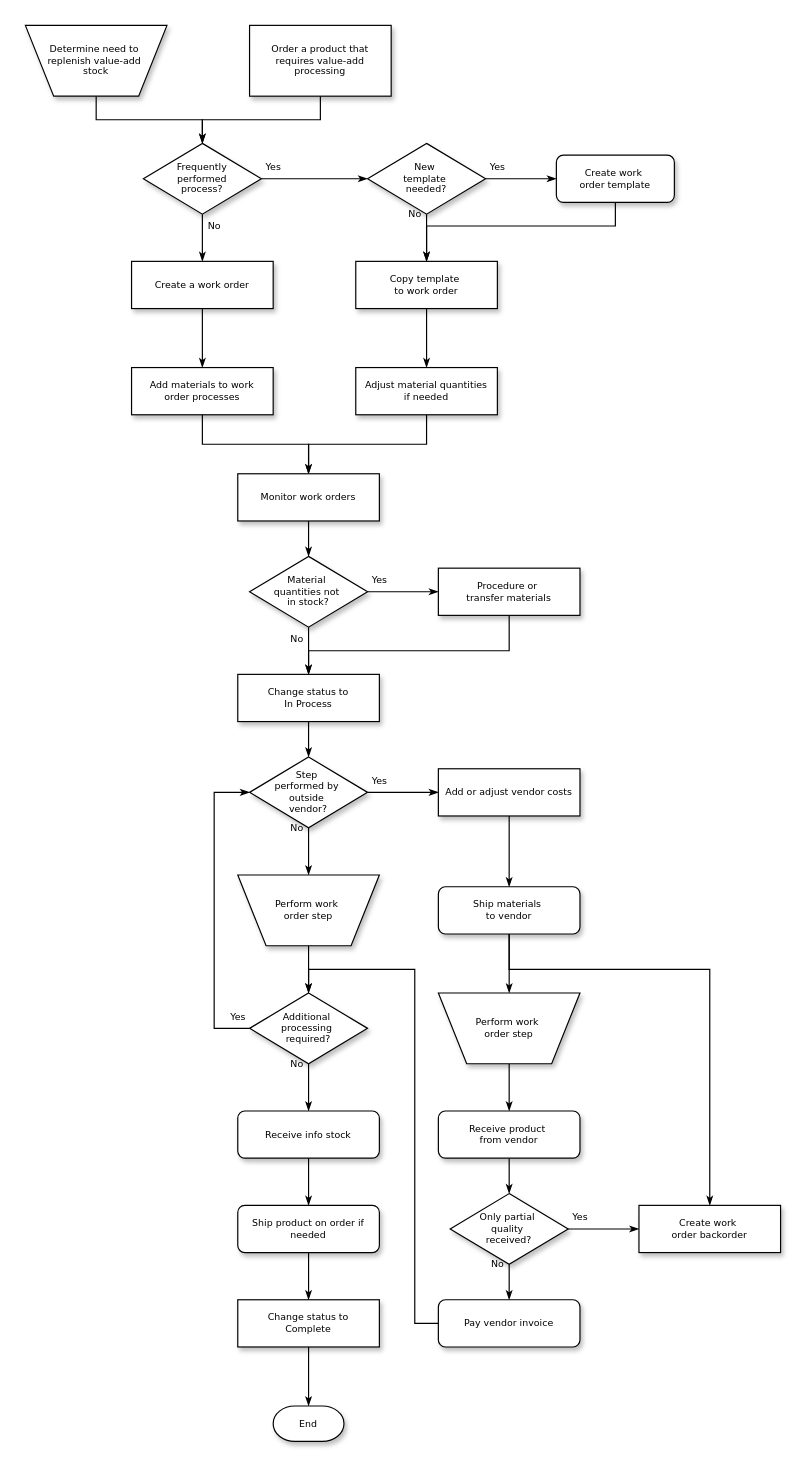
Earlier version of the draw.io diagram 제목 없는 다이어그램.drawio (wony0321/ToDoList). Source tidied: cells renumbered, new cells numbered last; positions are measured from the earlier drawing's top-left corner, leaving out a move shared by most shapes. Both pictures are drawn from the tidied source at 118%, with x=0, y=0 at pixel (25, 25).
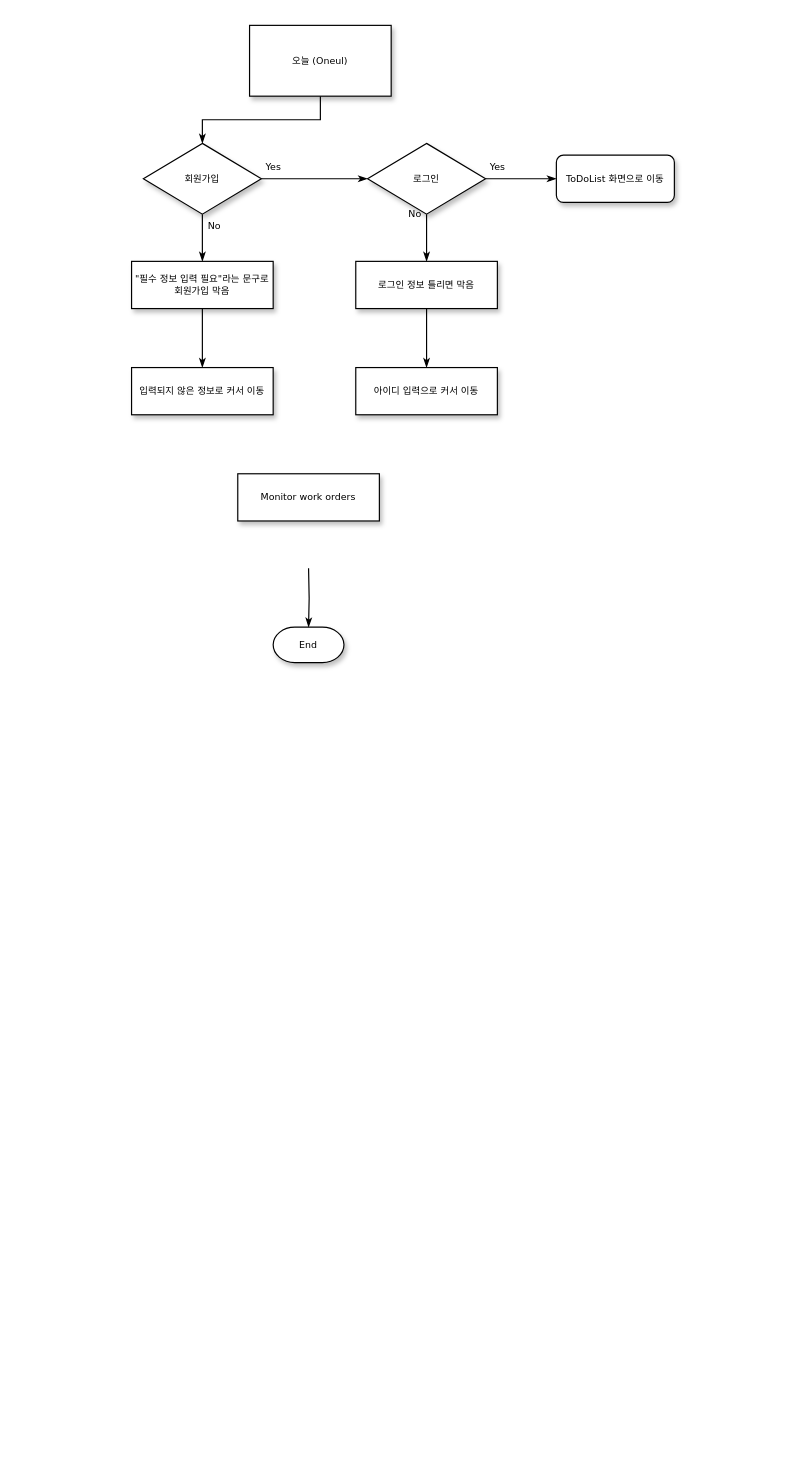
The same diagram, later.

Commit message:
제목 없는 다이어그램.drawio 업데이트

The change refers to these unchanged cells:
```xml
<mxCell id="23" value="Monitor work orders" style="whiteSpace=wrap;html=1;rounded=0;shadow=1;labelBackgroundColor=none;strokeWidth=1;fontFamily=Verdana;fontSize=8;align=center;" parent="1" vertex="1">
  <mxGeometry x="180" y="380" width="120" height="40" as="geometry" />
</mxCell>
```

The edit, as a diff of the source:
```diff
@@
-    <mxCell id="2" style="edgeStyle=orthogonalEdgeStyle;rounded=0;html=1;labelBackgroundColor=none;startSize=5;endArrow=classicThin;endFill=1;endSize=5;jettySize=auto;strokeWidth=1;fontFamily=Verdana;fontSize=8;" parent="1" edge="1" source="3" target="8">
-      <mxGeometry relative="1" as="geometry" />
-    </mxCell>
-    <mxCell id="3" value="Determine need to&amp;nbsp;&lt;div&gt;replenish value-add&amp;nbsp;&lt;/div&gt;&lt;div&gt;stock&lt;/div&gt;" style="shape=trapezoid;whiteSpace=wrap;html=1;rounded=0;shadow=1;labelBackgroundColor=none;strokeWidth=1;fontFamily=Verdana;fontSize=8;align=center;flipV=1;" parent="1" vertex="1">
-      <mxGeometry width="120" height="60" as="geometry" />
-    </mxCell>
@@
-    <mxCell id="5" value="Order a product that&lt;div&gt;requires value-add processing&lt;/div&gt;" style="rounded=0;whiteSpace=wrap;html=1;shadow=1;labelBackgroundColor=none;strokeWidth=1;fontFamily=Verdana;fontSize=8;align=center;" parent="1" vertex="1">
+    <mxCell id="5" value="오늘 (Oneul)" style="rounded=0;whiteSpace=wrap;html=1;shadow=1;labelBackgroundColor=none;strokeWidth=1;fontFamily=Verdana;fontSize=8;align=center;" parent="1" vertex="1">
       <mxGeometry x="190" width="120" height="60" as="geometry" />
     </mxCell>
@@
-    <mxCell id="8" value="Frequently&lt;div&gt;performed&lt;/div&gt;&lt;div&gt;process?&lt;/div&gt;" style="rhombus;whiteSpace=wrap;html=1;rounded=0;shadow=1;labelBackgroundColor=none;strokeWidth=1;fontFamily=Verdana;fontSize=8;align=center;" parent="1" vertex="1">
+    <mxCell id="8" value="회원가입" style="rhombus;whiteSpace=wrap;html=1;rounded=0;shadow=1;labelBackgroundColor=none;strokeWidth=1;fontFamily=Verdana;fontSize=8;align=center;" parent="1" vertex="1">
       <mxGeometry x="100" y="100" width="100" height="60" as="geometry" />
     </mxCell>
@@
-    <mxCell id="11" value="New&amp;nbsp;&lt;div&gt;template&amp;nbsp;&lt;/div&gt;&lt;div&gt;needed?&lt;/div&gt;" style="rhombus;whiteSpace=wrap;html=1;rounded=0;shadow=1;labelBackgroundColor=none;strokeWidth=1;fontFamily=Verdana;fontSize=8;align=center;" parent="1" vertex="1">
+    <mxCell id="11" value="로그인" style="rhombus;whiteSpace=wrap;html=1;rounded=0;shadow=1;labelBackgroundColor=none;strokeWidth=1;fontFamily=Verdana;fontSize=8;align=center;" parent="1" vertex="1">
       <mxGeometry x="290" y="100" width="100" height="60" as="geometry" />
     </mxCell>
-    <mxCell id="12" style="edgeStyle=orthogonalEdgeStyle;rounded=0;html=1;labelBackgroundColor=none;startSize=5;endArrow=classicThin;endFill=1;endSize=5;jettySize=auto;strokeWidth=1;fontFamily=Verdana;fontSize=8;" parent="1" edge="1" source="13" target="17">
-      <mxGeometry relative="1" as="geometry">
-        <Array as="points">
-          <mxPoint x="500" y="170" />
-          <mxPoint x="340" y="170" />
-        </Array>
-      </mxGeometry>
-    </mxCell>
-    <mxCell id="13" value="Create work&amp;nbsp;&lt;div&gt;order template&lt;/div&gt;" style="rounded=1;whiteSpace=wrap;html=1;shadow=1;labelBackgroundColor=none;strokeWidth=1;fontFamily=Verdana;fontSize=8;align=center;" parent="1" vertex="1">
+    <mxCell id="13" value="ToDoList 화면으로 이동" style="rounded=1;whiteSpace=wrap;html=1;shadow=1;labelBackgroundColor=none;strokeWidth=1;fontFamily=Verdana;fontSize=8;align=center;" parent="1" vertex="1">
       <mxGeometry x="450" y="110" width="100" height="40" as="geometry" />
     </mxCell>
@@
-    <mxCell id="15" value="Create a work order" style="whiteSpace=wrap;html=1;rounded=0;shadow=1;labelBackgroundColor=none;strokeWidth=1;fontFamily=Verdana;fontSize=8;align=center;" parent="1" vertex="1">
+    <mxCell id="15" value="&quot;필수 정보 입력 필요&quot;라는 문구로 회원가입 막음" style="whiteSpace=wrap;html=1;rounded=0;shadow=1;labelBackgroundColor=none;strokeWidth=1;fontFamily=Verdana;fontSize=8;align=center;" parent="1" vertex="1">
       <mxGeometry x="90" y="200" width="120" height="40" as="geometry" />
     </mxCell>
@@
-    <mxCell id="17" value="Copy template&amp;nbsp;&lt;div&gt;to work order&lt;/div&gt;" style="whiteSpace=wrap;html=1;rounded=0;shadow=1;labelBackgroundColor=none;strokeWidth=1;fontFamily=Verdana;fontSize=8;align=center;" parent="1" vertex="1">
+    <mxCell id="17" value="로그인 정보 틀리면 막음" style="whiteSpace=wrap;html=1;rounded=0;shadow=1;labelBackgroundColor=none;strokeWidth=1;fontFamily=Verdana;fontSize=8;align=center;" parent="1" vertex="1">
       <mxGeometry x="280" y="200" width="120" height="40" as="geometry" />
     </mxCell>
-    <mxCell id="18" style="edgeStyle=orthogonalEdgeStyle;rounded=0;html=1;labelBackgroundColor=none;startSize=5;endArrow=classicThin;endFill=1;endSize=5;jettySize=auto;strokeWidth=1;fontFamily=Verdana;fontSize=8;" parent="1" edge="1" source="19" target="23">
-      <mxGeometry relative="1" as="geometry" />
-    </mxCell>
-    <mxCell id="19" value="Add materials to work order processes" style="whiteSpace=wrap;html=1;rounded=0;shadow=1;labelBackgroundColor=none;strokeWidth=1;fontFamily=Verdana;fontSize=8;align=center;spacing=6;" parent="1" vertex="1">
+    <mxCell id="19" value="입력되지 않은 정보로 커서 이동" style="whiteSpace=wrap;html=1;rounded=0;shadow=1;labelBackgroundColor=none;strokeWidth=1;fontFamily=Verdana;fontSize=8;align=center;spacing=6;" parent="1" vertex="1">
       <mxGeometry x="90" y="290" width="120" height="40" as="geometry" />
     </mxCell>
-    <mxCell id="20" style="edgeStyle=orthogonalEdgeStyle;rounded=0;html=1;labelBackgroundColor=none;startSize=5;endArrow=classicThin;endFill=1;endSize=5;jettySize=auto;strokeWidth=1;fontFamily=Verdana;fontSize=8;" parent="1" edge="1" source="21" target="23">
-      <mxGeometry relative="1" as="geometry" />
-    </mxCell>
-    <mxCell id="21" value="Adjust material quantities if needed" style="whiteSpace=wrap;html=1;rounded=0;shadow=1;labelBackgroundColor=none;strokeWidth=1;fontFamily=Verdana;fontSize=8;align=center;spacing=6;" parent="1" vertex="1">
+    <mxCell id="21" value="아이디 입력으로 커서 이동" style="whiteSpace=wrap;html=1;rounded=0;shadow=1;labelBackgroundColor=none;strokeWidth=1;fontFamily=Verdana;fontSize=8;align=center;spacing=6;" parent="1" vertex="1">
       <mxGeometry x="280" y="290" width="120" height="40" as="geometry" />
     </mxCell>
-    <mxCell id="22" style="edgeStyle=orthogonalEdgeStyle;rounded=0;html=1;labelBackgroundColor=none;startSize=5;endArrow=classicThin;endFill=1;endSize=5;jettySize=auto;strokeWidth=1;fontFamily=Verdana;fontSize=8;" parent="1" edge="1" source="23" target="26">
-      <mxGeometry relative="1" as="geometry" />
-    </mxCell>
@@
-    <mxCell id="24" value="Yes" style="edgeStyle=orthogonalEdgeStyle;rounded=0;html=1;labelBackgroundColor=none;startSize=5;endArrow=classicThin;endFill=1;endSize=5;jettySize=auto;strokeWidth=1;fontFamily=Verdana;fontSize=8;" parent="1" edge="1" source="26" target="28">
-      <mxGeometry x="-0.67" y="10" relative="1" as="geometry" />
-    </mxCell>
-    <mxCell id="25" value="No" style="edgeStyle=orthogonalEdgeStyle;rounded=0;html=1;labelBackgroundColor=none;startSize=5;endArrow=classicThin;endFill=1;endSize=5;jettySize=auto;strokeWidth=1;fontFamily=Verdana;fontSize=8;" parent="1" edge="1" source="26" target="30">
-      <mxGeometry x="-0.5" y="-10" relative="1" as="geometry" />
-    </mxCell>
-    <mxCell id="26" value="Material&amp;nbsp;&lt;div&gt;quantities not&amp;nbsp;&lt;/div&gt;&lt;div&gt;in stock?&lt;/div&gt;" style="rhombus;whiteSpace=wrap;html=1;rounded=0;shadow=1;labelBackgroundColor=none;strokeWidth=1;fontFamily=Verdana;fontSize=8;align=center;" parent="1" vertex="1">
-      <mxGeometry x="190" y="450" width="100" height="60" as="geometry" />
-    </mxCell>
-    <mxCell id="27" style="edgeStyle=orthogonalEdgeStyle;rounded=0;html=1;labelBackgroundColor=none;startSize=5;endArrow=classicThin;endFill=1;endSize=5;jettySize=auto;strokeWidth=1;fontFamily=Verdana;fontSize=8;" parent="1" edge="1" source="28" target="30">
-      <mxGeometry relative="1" as="geometry">
-        <Array as="points">
-          <mxPoint x="410" y="530" />
-          <mxPoint x="240" y="530" />
-        </Array>
-      </mxGeometry>
-    </mxCell>
-    <mxCell id="28" value="Procedure or&amp;nbsp;&lt;div&gt;transfer materials&lt;/div&gt;" style="whiteSpace=wrap;html=1;rounded=0;shadow=1;labelBackgroundColor=none;strokeWidth=1;fontFamily=Verdana;fontSize=8;align=center;" parent="1" vertex="1">
-      <mxGeometry x="350" y="460" width="120" height="40" as="geometry" />
-    </mxCell>
-    <mxCell id="29" style="edgeStyle=orthogonalEdgeStyle;rounded=0;html=1;labelBackgroundColor=none;startSize=5;endArrow=classicThin;endFill=1;endSize=5;jettySize=auto;strokeWidth=1;fontFamily=Verdana;fontSize=8;" parent="1" edge="1" source="30" target="33">
-      <mxGeometry relative="1" as="geometry" />
-    </mxCell>
-    <mxCell id="30" value="Change status to&lt;div&gt;In Process&lt;/div&gt;" style="whiteSpace=wrap;html=1;rounded=0;shadow=1;labelBackgroundColor=none;strokeWidth=1;fontFamily=Verdana;fontSize=8;align=center;" parent="1" vertex="1">
-      <mxGeometry x="180" y="550" width="120" height="40" as="geometry" />
-    </mxCell>
-    <mxCell id="31" value="Yes" style="edgeStyle=orthogonalEdgeStyle;rounded=0;html=1;labelBackgroundColor=none;startSize=5;endArrow=classicThin;endFill=1;endSize=5;jettySize=auto;strokeWidth=1;fontFamily=Verdana;fontSize=8;" parent="1" edge="1" source="33" target="35">
-      <mxGeometry x="-0.67" y="10" relative="1" as="geometry" />
-    </mxCell>
-    <mxCell id="32" value="No" style="edgeStyle=orthogonalEdgeStyle;rounded=0;html=1;labelBackgroundColor=none;startSize=5;endArrow=classicThin;endFill=1;endSize=5;jettySize=auto;strokeWidth=1;fontFamily=Verdana;fontSize=8;" parent="1" edge="1" source="33" target="37">
-      <mxGeometry x="-1" y="-10" relative="1" as="geometry" />
-    </mxCell>
-    <mxCell id="33" value="Step&amp;nbsp;&lt;div&gt;performed by&amp;nbsp;&lt;/div&gt;&lt;div&gt;outside&amp;nbsp;&lt;/div&gt;&lt;div&gt;vendor?&lt;/div&gt;" style="rhombus;whiteSpace=wrap;html=1;rounded=0;shadow=1;labelBackgroundColor=none;strokeWidth=1;fontFamily=Verdana;fontSize=8;align=center;" parent="1" vertex="1">
-      <mxGeometry x="190" y="620" width="100" height="60" as="geometry" />
-    </mxCell>
-    <mxCell id="34" style="edgeStyle=orthogonalEdgeStyle;rounded=0;html=1;labelBackgroundColor=none;startSize=5;endArrow=classicThin;endFill=1;endSize=5;jettySize=auto;strokeWidth=1;fontFamily=Verdana;fontSize=8;" parent="1" edge="1" source="35" target="40">
-      <mxGeometry relative="1" as="geometry" />
-    </mxCell>
-    <mxCell id="35" value="Add or adjust vendor costs" style="whiteSpace=wrap;html=1;rounded=0;shadow=1;labelBackgroundColor=none;strokeWidth=1;fontFamily=Verdana;fontSize=8;align=center;" parent="1" vertex="1">
-      <mxGeometry x="350" y="630" width="120" height="40" as="geometry" />
-    </mxCell>
-    <mxCell id="36" style="edgeStyle=orthogonalEdgeStyle;rounded=0;html=1;labelBackgroundColor=none;startSize=5;endArrow=classicThin;endFill=1;endSize=5;jettySize=auto;strokeWidth=1;fontFamily=Verdana;fontSize=8;" parent="1" edge="1" source="37" target="43">
-      <mxGeometry relative="1" as="geometry" />
-    </mxCell>
-    <mxCell id="37" value="Perform work&amp;nbsp;&lt;div&gt;order step&lt;/div&gt;" style="shape=trapezoid;whiteSpace=wrap;html=1;rounded=0;shadow=1;labelBackgroundColor=none;strokeWidth=1;fontFamily=Verdana;fontSize=8;align=center;flipV=1;" parent="1" vertex="1">
-      <mxGeometry x="180" y="720" width="120" height="60" as="geometry" />
-    </mxCell>
-    <mxCell id="38" style="edgeStyle=orthogonalEdgeStyle;rounded=0;html=1;labelBackgroundColor=none;startSize=5;endArrow=classicThin;endFill=1;endSize=5;jettySize=auto;strokeWidth=1;fontFamily=Verdana;fontSize=8;" parent="1" edge="1" source="40" target="45">
-      <mxGeometry relative="1" as="geometry" />
-    </mxCell>
-    <mxCell id="39" style="edgeStyle=orthogonalEdgeStyle;rounded=0;html=1;labelBackgroundColor=none;startSize=5;endArrow=classicThin;endFill=1;endSize=5;jettySize=auto;strokeWidth=1;fontFamily=Verdana;fontSize=8;" parent="1" edge="1" source="40" target="55">
-      <mxGeometry relative="1" as="geometry">
-        <Array as="points">
-          <mxPoint x="410" y="800" />
-          <mxPoint x="580" y="800" />
-        </Array>
-      </mxGeometry>
-    </mxCell>
-    <mxCell id="40" value="Ship materials&amp;nbsp;&lt;div&gt;to vendor&lt;/div&gt;" style="rounded=1;whiteSpace=wrap;html=1;shadow=1;labelBackgroundColor=none;strokeWidth=1;fontFamily=Verdana;fontSize=8;align=center;" parent="1" vertex="1">
-      <mxGeometry x="350" y="730" width="120" height="40" as="geometry" />
-    </mxCell>
-    <mxCell id="41" value="Yes" style="edgeStyle=orthogonalEdgeStyle;rounded=0;html=1;labelBackgroundColor=none;startSize=5;endArrow=classicThin;endFill=1;endSize=5;jettySize=auto;strokeWidth=1;fontFamily=Verdana;fontSize=8;" parent="1" edge="1" source="43" target="33">
-      <mxGeometry x="-0.69" y="-20" relative="1" as="geometry">
-        <Array as="points">
-          <mxPoint x="160" y="850" />
-          <mxPoint x="160" y="650" />
-        </Array>
-      </mxGeometry>
-    </mxCell>
-    <mxCell id="42" value="No" style="edgeStyle=orthogonalEdgeStyle;rounded=0;html=1;labelBackgroundColor=none;startSize=5;endArrow=classicThin;endFill=1;endSize=5;jettySize=auto;strokeWidth=1;fontFamily=Verdana;fontSize=8;" parent="1" edge="1" source="43" target="47">
-      <mxGeometry x="-1" y="-10" relative="1" as="geometry" />
-    </mxCell>
-    <mxCell id="43" value="Additional&amp;nbsp;&lt;div&gt;processing&amp;nbsp;&lt;/div&gt;&lt;div&gt;required?&lt;/div&gt;" style="rhombus;whiteSpace=wrap;html=1;rounded=0;shadow=1;labelBackgroundColor=none;strokeWidth=1;fontFamily=Verdana;fontSize=8;align=center;" parent="1" vertex="1">
-      <mxGeometry x="190" y="820" width="100" height="60" as="geometry" />
-    </mxCell>
-    <mxCell id="44" style="edgeStyle=orthogonalEdgeStyle;rounded=0;html=1;labelBackgroundColor=none;startSize=5;endArrow=classicThin;endFill=1;endSize=5;jettySize=auto;strokeWidth=1;fontFamily=Verdana;fontSize=8;" parent="1" edge="1" source="45" target="49">
-      <mxGeometry relative="1" as="geometry" />
-    </mxCell>
-    <mxCell id="45" value="Perform work&amp;nbsp;&lt;div&gt;order step&lt;/div&gt;" style="shape=trapezoid;whiteSpace=wrap;html=1;rounded=0;shadow=1;labelBackgroundColor=none;strokeWidth=1;fontFamily=Verdana;fontSize=8;align=center;flipV=1;" parent="1" vertex="1">
-      <mxGeometry x="350" y="820" width="120" height="60" as="geometry" />
-    </mxCell>
-    <mxCell id="46" style="edgeStyle=orthogonalEdgeStyle;rounded=0;html=1;labelBackgroundColor=none;startSize=5;endArrow=classicThin;endFill=1;endSize=5;jettySize=auto;strokeWidth=1;fontFamily=Verdana;fontSize=8;" parent="1" edge="1" source="47" target="51">
-      <mxGeometry relative="1" as="geometry" />
-    </mxCell>
-    <mxCell id="47" value="Receive info stock" style="rounded=1;whiteSpace=wrap;html=1;shadow=1;labelBackgroundColor=none;strokeWidth=1;fontFamily=Verdana;fontSize=8;align=center;" parent="1" vertex="1">
-      <mxGeometry x="180" y="920" width="120" height="40" as="geometry" />
-    </mxCell>
-    <mxCell id="48" style="edgeStyle=orthogonalEdgeStyle;rounded=0;html=1;labelBackgroundColor=none;startSize=5;endArrow=classicThin;endFill=1;endSize=5;jettySize=auto;strokeWidth=1;fontFamily=Verdana;fontSize=8;" parent="1" edge="1" source="49" target="54">
-      <mxGeometry relative="1" as="geometry" />
-    </mxCell>
-    <mxCell id="49" value="Receive product&amp;nbsp;&lt;div&gt;from vendor&lt;/div&gt;" style="rounded=1;whiteSpace=wrap;html=1;shadow=1;labelBackgroundColor=none;strokeWidth=1;fontFamily=Verdana;fontSize=8;align=center;" parent="1" vertex="1">
-      <mxGeometry x="350" y="920" width="120" height="40" as="geometry" />
-    </mxCell>
-    <mxCell id="50" style="edgeStyle=orthogonalEdgeStyle;rounded=0;html=1;labelBackgroundColor=none;startSize=5;endArrow=classicThin;endFill=1;endSize=5;jettySize=auto;strokeWidth=1;fontFamily=Verdana;fontSize=8;" parent="1" edge="1" source="51" target="57">
-      <mxGeometry relative="1" as="geometry" />
-    </mxCell>
-    <mxCell id="51" value="Ship product on order if needed" style="rounded=1;whiteSpace=wrap;html=1;shadow=1;labelBackgroundColor=none;strokeWidth=1;fontFamily=Verdana;fontSize=8;align=center;" parent="1" vertex="1">
-      <mxGeometry x="180" y="1000" width="120" height="40" as="geometry" />
-    </mxCell>
-    <mxCell id="52" value="No" style="edgeStyle=orthogonalEdgeStyle;rounded=0;html=1;labelBackgroundColor=none;startSize=5;endArrow=classicThin;endFill=1;endSize=5;jettySize=auto;strokeWidth=1;fontFamily=Verdana;fontSize=8;" parent="1" edge="1" source="54" target="59">
-      <mxGeometry x="0.2" y="14" relative="1" as="geometry">
-        <mxPoint x="-24" y="-10" as="offset" />
-      </mxGeometry>
-    </mxCell>
-    <mxCell id="53" value="Yes" style="edgeStyle=orthogonalEdgeStyle;rounded=0;html=1;labelBackgroundColor=none;startSize=5;endArrow=classicThin;endFill=1;endSize=5;jettySize=auto;strokeWidth=1;fontFamily=Verdana;fontSize=8;" parent="1" edge="1" source="54" target="55">
-      <mxGeometry x="-0.67" y="10" relative="1" as="geometry" />
-    </mxCell>
-    <mxCell id="54" value="Only partial&amp;nbsp;&lt;div&gt;quality&amp;nbsp;&lt;/div&gt;&lt;div&gt;received?&lt;/div&gt;" style="rhombus;whiteSpace=wrap;html=1;rounded=0;shadow=1;labelBackgroundColor=none;strokeWidth=1;fontFamily=Verdana;fontSize=8;align=center;" parent="1" vertex="1">
-      <mxGeometry x="360" y="990" width="100" height="60" as="geometry" />
-    </mxCell>
-    <mxCell id="55" value="Create work&amp;nbsp;&lt;div&gt;order backorder&lt;/div&gt;" style="whiteSpace=wrap;html=1;rounded=0;shadow=1;labelBackgroundColor=none;strokeWidth=1;fontFamily=Verdana;fontSize=8;align=center;" parent="1" vertex="1">
-      <mxGeometry x="520" y="1000" width="120" height="40" as="geometry" />
-    </mxCell>
-    <mxCell id="56" style="edgeStyle=orthogonalEdgeStyle;rounded=0;html=1;labelBackgroundColor=none;startSize=5;endArrow=classicThin;endFill=1;endSize=5;jettySize=auto;strokeWidth=1;fontFamily=Verdana;fontSize=8;" parent="1" edge="1" source="57" target="60">
-      <mxGeometry relative="1" as="geometry" />
+    <mxCell id="56" style="edgeStyle=orthogonalEdgeStyle;rounded=0;html=1;labelBackgroundColor=none;startSize=5;endArrow=classicThin;endFill=1;endSize=5;jettySize=auto;strokeWidth=1;fontFamily=Verdana;fontSize=8;" parent="1" edge="1" target="60">
+      <mxGeometry relative="1" as="geometry">
+        <mxPoint x="240" y="460" as="sourcePoint" />
+      </mxGeometry>
     </mxCell>
-    <mxCell id="57" value="Change status to&lt;div&gt;Complete&lt;/div&gt;" style="whiteSpace=wrap;html=1;rounded=0;shadow=1;labelBackgroundColor=none;strokeWidth=1;fontFamily=Verdana;fontSize=8;align=center;" parent="1" vertex="1">
-      <mxGeometry x="180" y="1080" width="120" height="40" as="geometry" />
-    </mxCell>
-    <mxCell id="58" style="edgeStyle=orthogonalEdgeStyle;rounded=0;html=1;labelBackgroundColor=none;startSize=5;endArrow=classicThin;endFill=1;endSize=5;jettySize=auto;strokeWidth=1;fontFamily=Verdana;fontSize=8;" parent="1" edge="1" source="59" target="43">
-      <mxGeometry relative="1" as="geometry">
-        <Array as="points">
-          <mxPoint x="330" y="1100" />
-          <mxPoint x="330" y="800" />
-          <mxPoint x="240" y="800" />
-        </Array>
-      </mxGeometry>
-    </mxCell>
-    <mxCell id="59" value="Pay vendor invoice" style="rounded=1;whiteSpace=wrap;html=1;shadow=1;labelBackgroundColor=none;strokeWidth=1;fontFamily=Verdana;fontSize=8;align=center;" parent="1" vertex="1">
-      <mxGeometry x="350" y="1080" width="120" height="40" as="geometry" />
-    </mxCell>
     <mxCell id="60" value="End" style="strokeWidth=1;html=1;shape=mxgraph.flowchart.terminator;whiteSpace=wrap;rounded=0;shadow=1;labelBackgroundColor=none;fontFamily=Verdana;fontSize=8;align=center;" parent="1" vertex="1">
-      <mxGeometry x="210" y="1170" width="60" height="30" as="geometry" />
+      <mxGeometry x="210" y="510" width="60" height="30" as="geometry" />
     </mxCell>
```
